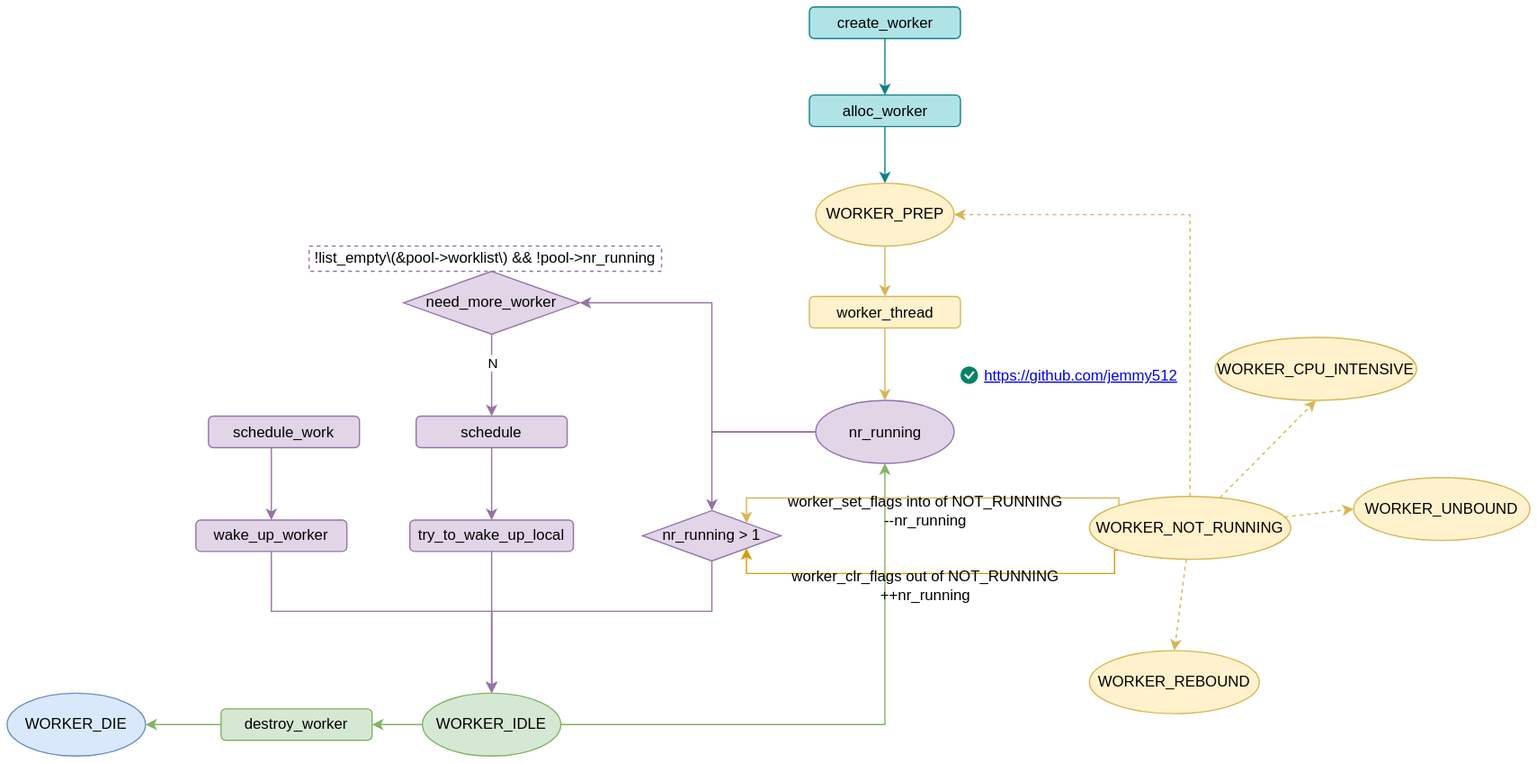
The draw.io diagram images/kernel/proc-cmwq-state.svg in jemmy512/book-notes, before a commit. Source tidied: cells renumbered, new cells last; positions are measured from the earlier drawing's top-left corner, leaving out a move shared by most shapes.
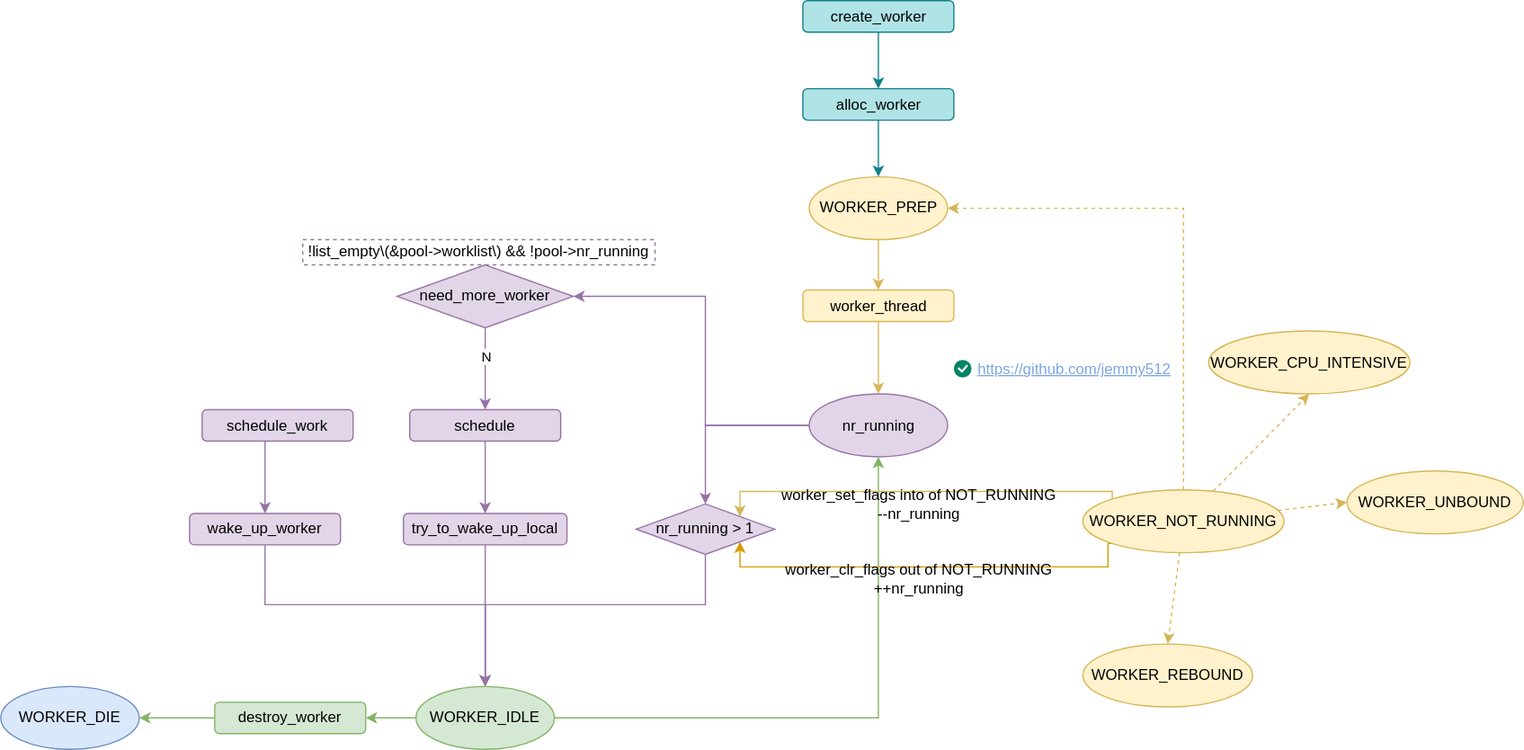
The same diagram one commit later.

Diff of the diagram source:
```diff
@@ -179,7 +179,7 @@
     <mxCell id="45" style="html=1;shadow=0;dashed=0;shape=mxgraph.atlassian.checkbox;fillColor=#008465;strokeColor=none;html=1;sketch=0;" parent="1" vertex="1">
       <mxGeometry x="757.5" y="285.5" width="14" height="14" as="geometry" />
     </mxCell>
-    <mxCell id="46" value="https://github.com/jemmy512" style="text;html=1;strokeColor=none;fillColor=none;whiteSpace=wrap;align=center;verticalAlign=middle;fontColor=#0000EE;fontStyle=4;" parent="1" vertex="1">
+    <mxCell id="46" value="https://github.com/jemmy512" style="text;html=1;strokeColor=none;fillColor=none;whiteSpace=wrap;align=center;verticalAlign=middle;fontColor=#7EA6E0;fontStyle=4;" parent="1" vertex="1">
       <mxGeometry x="767.6" y="272.5" width="170.9" height="40" as="geometry" />
     </mxCell>
   </root>
```
